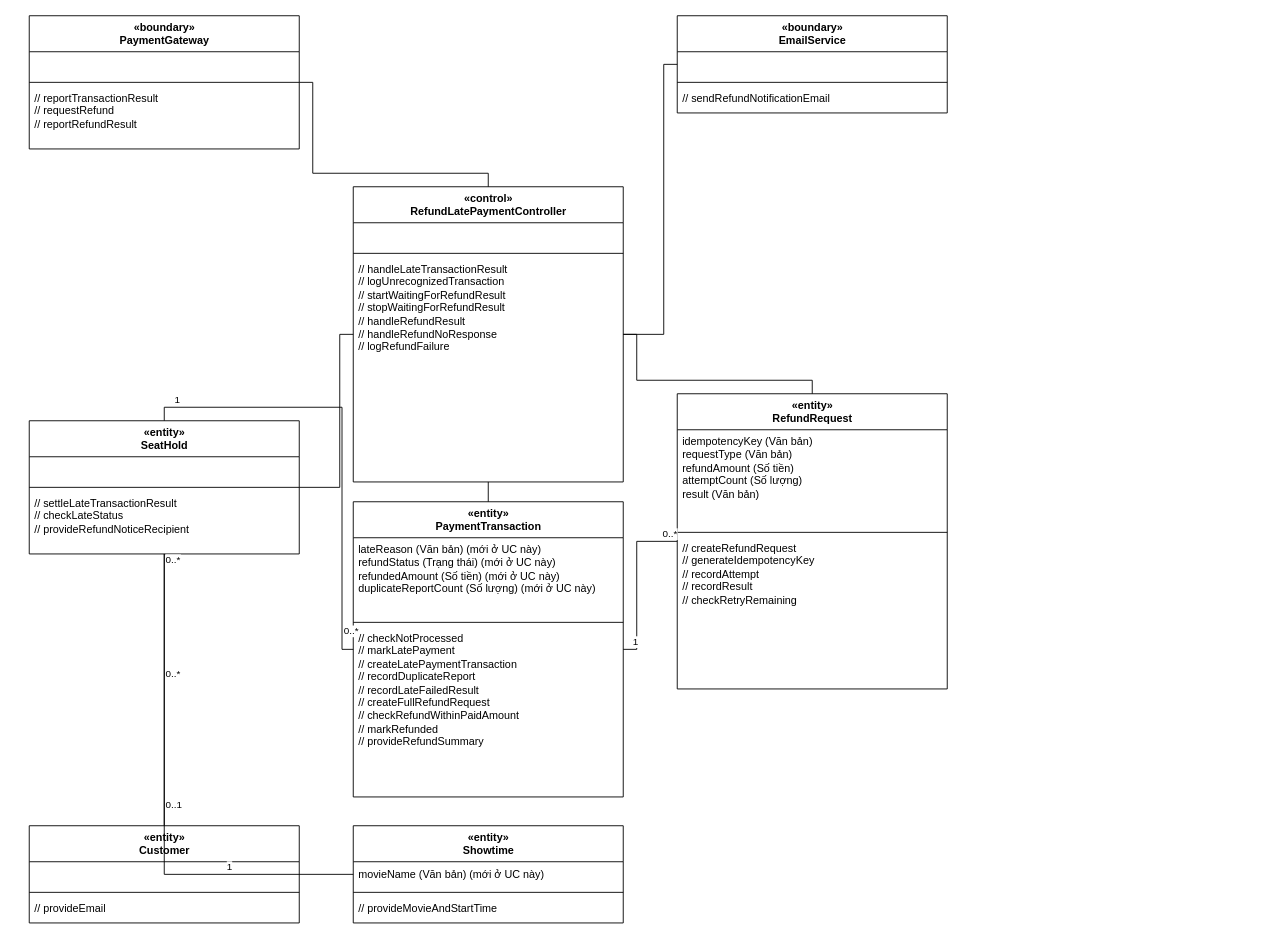
Earlier version of the draw.io diagram design/diagrams/P07-class-UC-006.drawio (luytbq/app-dat-ve-xem-phim). Source tidied: cells renumbered, new cells numbered last; positions are measured from the earlier drawing's top-left corner, leaving out a move shared by most shapes. Both pictures are drawn from the tidied source at 90%, with x=0, y=0 at pixel (29, 15).
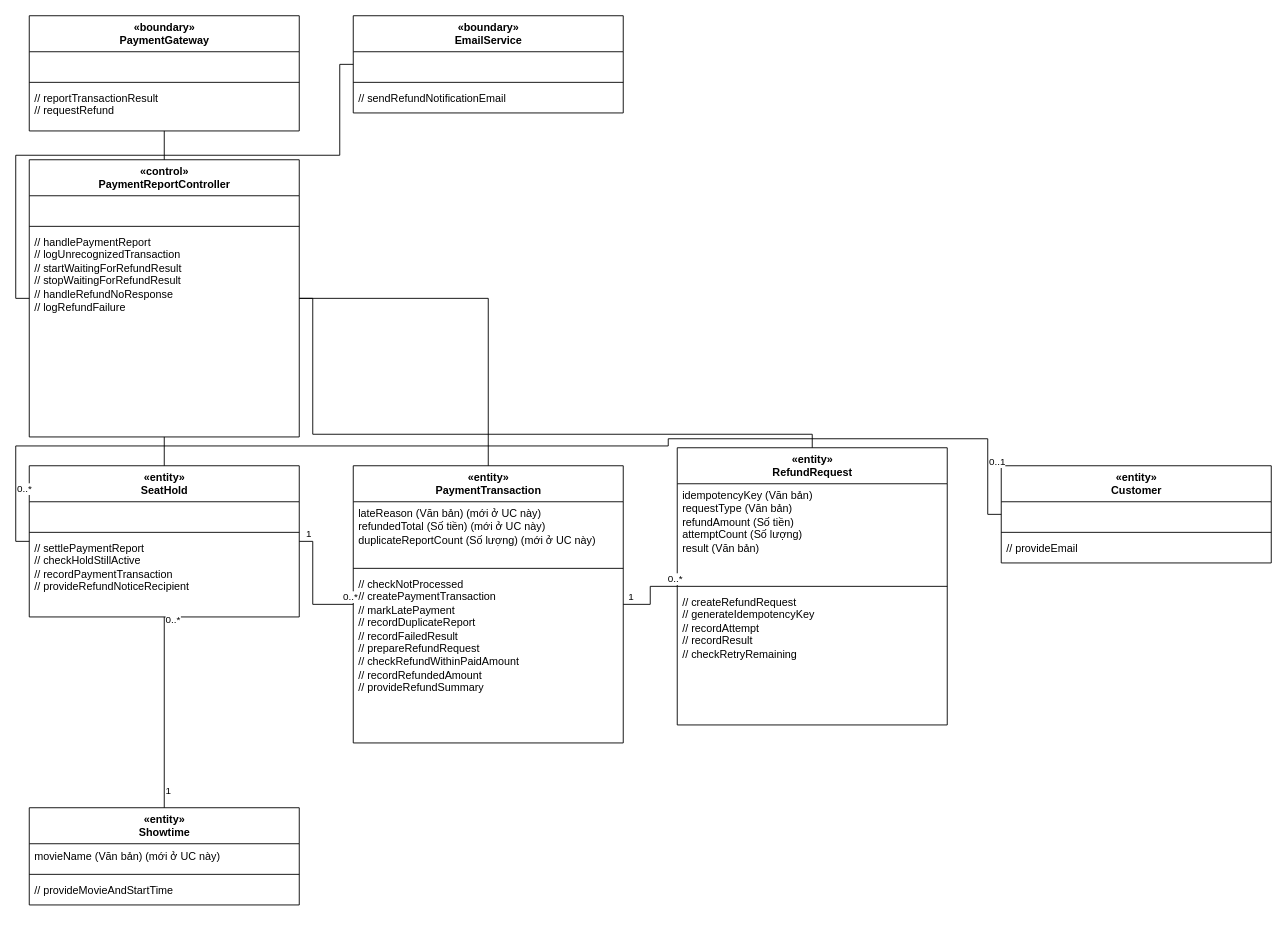
The same page after the edit.

The change refers to these unchanged cells:
```xml
<mxCell id="48" style="edgeStyle=orthogonalEdgeStyle;rounded=0;html=1;endArrow=none;" parent="1" edge="1" source="30" target="14">
  <mxGeometry relative="1" as="geometry" />
</mxCell>
```

What changed in the source:
```diff
@@
     <mxCell id="2" value="«boundary»&lt;br&gt;PaymentGateway" style="swimlane;fontStyle=1;align=center;horizontal=1;startSize=40;html=1;" parent="1" vertex="1">
-      <mxGeometry width="300" height="148" as="geometry" />
+      <mxGeometry width="300" height="128" as="geometry" />
     </mxCell>
@@
-    <mxCell id="5" value="// reportTransactionResult&lt;br&gt;// requestRefund&lt;br&gt;// reportRefundResult" style="text;strokeColor=none;fillColor=none;align=left;verticalAlign=top;spacingLeft=4;html=1;whiteSpace=wrap;" parent="2" vertex="1">
-      <mxGeometry y="78" width="300" height="70" as="geometry" />
+    <mxCell id="5" value="// reportTransactionResult&lt;br&gt;// requestRefund" style="text;strokeColor=none;fillColor=none;align=left;verticalAlign=top;spacingLeft=4;html=1;whiteSpace=wrap;" parent="2" vertex="1">
+      <mxGeometry y="78" width="300" height="50" as="geometry" />
     </mxCell>
     <mxCell id="6" value="«boundary»&lt;br&gt;EmailService" style="swimlane;fontStyle=1;align=center;horizontal=1;startSize=40;html=1;" parent="1" vertex="1">
-      <mxGeometry x="720" width="300" height="108" as="geometry" />
+      <mxGeometry x="360" width="300" height="108" as="geometry" />
     </mxCell>
@@
-    <mxCell id="10" value="«control»&lt;br&gt;RefundLatePaymentController" style="swimlane;fontStyle=1;align=center;horizontal=1;startSize=40;html=1;" parent="1" vertex="1">
-      <mxGeometry x="360" y="190" width="300" height="328" as="geometry" />
-    </mxCell>
+    <mxCell id="51" value="«control»&lt;br&gt;PaymentReportController" style="swimlane;fontStyle=1;align=center;horizontal=1;startSize=40;html=1;" parent="1" vertex="1">
+      <mxGeometry y="160" width="300" height="308" as="geometry" />
+    </mxCell>
-    <mxCell id="11" value=" " style="text;strokeColor=none;fillColor=none;align=left;verticalAlign=top;spacingLeft=4;html=1;whiteSpace=wrap;" parent="10" vertex="1">
+    <mxCell id="11" value=" " style="text;strokeColor=none;fillColor=none;align=left;verticalAlign=top;spacingLeft=4;html=1;whiteSpace=wrap;" parent="51" vertex="1">
       <mxGeometry y="40" width="300" height="30" as="geometry" />
     </mxCell>
-    <mxCell id="12" style="line;strokeWidth=1;fillColor=none;align=left;verticalAlign=middle;spacingTop=-1;spacingLeft=3;spacingRight=3;labelPosition=right;" parent="10" vertex="1">
+    <mxCell id="12" style="line;strokeWidth=1;fillColor=none;align=left;verticalAlign=middle;spacingTop=-1;spacingLeft=3;spacingRight=3;labelPosition=right;" parent="51" vertex="1">
       <mxGeometry y="70" width="300" height="8" as="geometry" />
     </mxCell>
-    <mxCell id="13" value="// handleLateTransactionResult&lt;br&gt;// logUnrecognizedTransaction&lt;br&gt;// startWaitingForRefundResult&lt;br&gt;// stopWaitingForRefundResult&lt;br&gt;// handleRefundResult&lt;br&gt;// handleRefundNoResponse&lt;br&gt;// logRefundFailure" style="text;strokeColor=none;fillColor=none;align=left;verticalAlign=top;spacingLeft=4;html=1;whiteSpace=wrap;" parent="10" vertex="1">
-      <mxGeometry y="78" width="300" height="150" as="geometry" />
-    </mxCell>
+    <mxCell id="52" value="// handlePaymentReport&lt;br&gt;// logUnrecognizedTransaction&lt;br&gt;// startWaitingForRefundResult&lt;br&gt;// stopWaitingForRefundResult&lt;br&gt;// handleRefundNoResponse&lt;br&gt;// logRefundFailure" style="text;strokeColor=none;fillColor=none;align=left;verticalAlign=top;spacingLeft=4;html=1;whiteSpace=wrap;" parent="51" vertex="1">
+      <mxGeometry y="78" width="300" height="130" as="geometry" />
+    </mxCell>
     <mxCell id="14" value="«entity»&lt;br&gt;SeatHold" style="swimlane;fontStyle=1;align=center;horizontal=1;startSize=40;html=1;" parent="1" vertex="1">
-      <mxGeometry y="450" width="300" height="148" as="geometry" />
+      <mxGeometry y="500" width="300" height="168" as="geometry" />
     </mxCell>
@@
-    <mxCell id="17" value="// settleLateTransactionResult&lt;br&gt;// checkLateStatus&lt;br&gt;// provideRefundNoticeRecipient" style="text;strokeColor=none;fillColor=none;align=left;verticalAlign=top;spacingLeft=4;html=1;whiteSpace=wrap;" parent="14" vertex="1">
-      <mxGeometry y="78" width="300" height="70" as="geometry" />
+    <mxCell id="17" value="// settlePaymentReport&lt;br&gt;// checkHoldStillActive&lt;br&gt;// recordPaymentTransaction&lt;br&gt;// provideRefundNoticeRecipient" style="text;strokeColor=none;fillColor=none;align=left;verticalAlign=top;spacingLeft=4;html=1;whiteSpace=wrap;" parent="14" vertex="1">
+      <mxGeometry y="78" width="300" height="90" as="geometry" />
     </mxCell>
     <mxCell id="18" value="«entity»&lt;br&gt;PaymentTransaction" style="swimlane;fontStyle=1;align=center;horizontal=1;startSize=40;html=1;" parent="1" vertex="1">
-      <mxGeometry x="360" y="540" width="300" height="328" as="geometry" />
+      <mxGeometry x="360" y="500" width="300" height="308" as="geometry" />
     </mxCell>
-    <mxCell id="19" value="lateReason (Văn bản) (mới ở UC này)&lt;br&gt;refundStatus (Trạng thái) (mới ở UC này)&lt;br&gt;refundedAmount (Số tiền) (mới ở UC này)&lt;br&gt;duplicateReportCount (Số lượng) (mới ở UC này)" style="text;strokeColor=none;fillColor=none;align=left;verticalAlign=top;spacingLeft=4;html=1;whiteSpace=wrap;" parent="18" vertex="1">
-      <mxGeometry y="40" width="300" height="90" as="geometry" />
+    <mxCell id="19" value="lateReason (Văn bản) (mới ở UC này)&lt;br&gt;refundedTotal (Số tiền) (mới ở UC này)&lt;br&gt;duplicateReportCount (Số lượng) (mới ở UC này)" style="text;strokeColor=none;fillColor=none;align=left;verticalAlign=top;spacingLeft=4;html=1;whiteSpace=wrap;" parent="18" vertex="1">
+      <mxGeometry y="40" width="300" height="70" as="geometry" />
     </mxCell>
     <mxCell id="20" style="line;strokeWidth=1;fillColor=none;align=left;verticalAlign=middle;spacingTop=-1;spacingLeft=3;spacingRight=3;labelPosition=right;" parent="18" vertex="1">
-      <mxGeometry y="130" width="300" height="8" as="geometry" />
+      <mxGeometry y="110" width="300" height="8" as="geometry" />
     </mxCell>
-    <mxCell id="21" value="// checkNotProcessed&lt;br&gt;// markLatePayment&lt;br&gt;// createLatePaymentTransaction&lt;br&gt;// recordDuplicateReport&lt;br&gt;// recordLateFailedResult&lt;br&gt;// createFullRefundRequest&lt;br&gt;// checkRefundWithinPaidAmount&lt;br&gt;// markRefunded&lt;br&gt;// provideRefundSummary" style="text;strokeColor=none;fillColor=none;align=left;verticalAlign=top;spacingLeft=4;html=1;whiteSpace=wrap;" parent="18" vertex="1">
-      <mxGeometry y="138" width="300" height="190" as="geometry" />
+    <mxCell id="21" value="// checkNotProcessed&lt;br&gt;// createPaymentTransaction&lt;br&gt;// markLatePayment&lt;br&gt;// recordDuplicateReport&lt;br&gt;// recordFailedResult&lt;br&gt;// prepareRefundRequest&lt;br&gt;// checkRefundWithinPaidAmount&lt;br&gt;// recordRefundedAmount&lt;br&gt;// provideRefundSummary" style="text;strokeColor=none;fillColor=none;align=left;verticalAlign=top;spacingLeft=4;html=1;whiteSpace=wrap;" parent="18" vertex="1">
+      <mxGeometry y="118" width="300" height="190" as="geometry" />
     </mxCell>
     <mxCell id="22" value="«entity»&lt;br&gt;RefundRequest" style="swimlane;fontStyle=1;align=center;horizontal=1;startSize=40;html=1;" parent="1" vertex="1">
-      <mxGeometry x="720" y="420" width="300" height="328" as="geometry" />
+      <mxGeometry x="720" y="480" width="300" height="308" as="geometry" />
     </mxCell>
@@
     <mxCell id="26" value="«entity»&lt;br&gt;Customer" style="swimlane;fontStyle=1;align=center;horizontal=1;startSize=40;html=1;" parent="1" vertex="1">
-      <mxGeometry y="900" width="300" height="108" as="geometry" />
+      <mxGeometry x="1080" y="500" width="300" height="108" as="geometry" />
     </mxCell>
@@
     <mxCell id="30" value="«entity»&lt;br&gt;Showtime" style="swimlane;fontStyle=1;align=center;horizontal=1;startSize=40;html=1;" parent="1" vertex="1">
-      <mxGeometry x="360" y="900" width="300" height="108" as="geometry" />
+      <mxGeometry y="880" width="300" height="108" as="geometry" />
     </mxCell>
@@
-    <mxCell id="34" style="edgeStyle=orthogonalEdgeStyle;rounded=0;html=1;endArrow=none;exitX=1;exitY=0.5;exitDx=0;exitDy=0;entryX=0.5;entryY=0;entryDx=0;entryDy=0;" parent="1" edge="1" source="2" target="10">
-      <mxGeometry relative="1" as="geometry">
-        <Array as="points">
-          <mxPoint x="315" y="74" />
-          <mxPoint x="315" y="175" />
-          <mxPoint x="510" y="175" />
-        </Array>
-      </mxGeometry>
+    <mxCell id="34" style="edgeStyle=orthogonalEdgeStyle;rounded=0;html=1;endArrow=none;" parent="1" edge="1" source="2" target="51">
+      <mxGeometry relative="1" as="geometry" />
     </mxCell>
-    <mxCell id="35" style="edgeStyle=orthogonalEdgeStyle;rounded=0;html=1;endArrow=none;exitX=0;exitY=0.5;exitDx=0;exitDy=0;entryX=1;entryY=0.5;entryDx=0;entryDy=0;" parent="1" edge="1" source="6" target="10">
+    <mxCell id="35" style="edgeStyle=orthogonalEdgeStyle;rounded=0;html=1;endArrow=none;exitX=0;exitY=0.5;exitDx=0;exitDy=0;entryX=0;entryY=0.5;entryDx=0;entryDy=0;" parent="1" edge="1" source="6" target="51">
       <mxGeometry relative="1" as="geometry">
         <Array as="points">
-          <mxPoint x="705" y="54" />
-          <mxPoint x="705" y="354" />
+          <mxPoint x="345" y="54" />
+          <mxPoint x="345" y="155" />
+          <mxPoint x="-15" y="155" />
+          <mxPoint x="-15" y="314" />
         </Array>
       </mxGeometry>
     </mxCell>
-    <mxCell id="36" style="edgeStyle=orthogonalEdgeStyle;rounded=0;html=1;endArrow=none;exitX=0;exitY=0.5;exitDx=0;exitDy=0;entryX=1;entryY=0.5;entryDx=0;entryDy=0;" parent="1" edge="1" source="10" target="14">
-      <mxGeometry relative="1" as="geometry">
-        <Array as="points">
-          <mxPoint x="345" y="354" />
-          <mxPoint x="345" y="524" />
-        </Array>
-      </mxGeometry>
+    <mxCell id="36" style="edgeStyle=orthogonalEdgeStyle;rounded=0;html=1;endArrow=none;" parent="1" edge="1" source="51" target="14">
+      <mxGeometry relative="1" as="geometry" />
     </mxCell>
-    <mxCell id="37" style="edgeStyle=orthogonalEdgeStyle;rounded=0;html=1;endArrow=none;" parent="1" edge="1" source="10" target="18">
+    <mxCell id="37" style="edgeStyle=orthogonalEdgeStyle;rounded=0;html=1;endArrow=none;" parent="1" edge="1" source="51" target="18">
       <mxGeometry relative="1" as="geometry" />
     </mxCell>
-    <mxCell id="38" style="edgeStyle=orthogonalEdgeStyle;rounded=0;html=1;endArrow=none;exitX=1;exitY=0.5;exitDx=0;exitDy=0;entryX=0.5;entryY=0;entryDx=0;entryDy=0;" parent="1" edge="1" source="10" target="22">
+    <mxCell id="38" style="edgeStyle=orthogonalEdgeStyle;rounded=0;html=1;endArrow=none;exitX=1;exitY=0.5;exitDx=0;exitDy=0;entryX=0.5;entryY=0;entryDx=0;entryDy=0;" parent="1" edge="1" source="51" target="22">
       <mxGeometry relative="1" as="geometry">
         <Array as="points">
-          <mxPoint x="675" y="354" />
-          <mxPoint x="675" y="405" />
-          <mxPoint x="870" y="405" />
+          <mxPoint x="315" y="314" />
+          <mxPoint x="315" y="465" />
+          <mxPoint x="870" y="465" />
         </Array>
       </mxGeometry>
     </mxCell>
-    <mxCell id="39" style="edgeStyle=orthogonalEdgeStyle;rounded=0;html=1;endArrow=none;exitX=0.5;exitY=0;exitDx=0;exitDy=0;entryX=0;entryY=0.5;entryDx=0;entryDy=0;" parent="1" edge="1" source="14" target="18">
+    <mxCell id="39" style="edgeStyle=orthogonalEdgeStyle;rounded=0;html=1;endArrow=none;exitX=1;exitY=0.5;exitDx=0;exitDy=0;entryX=0;entryY=0.5;entryDx=0;entryDy=0;" parent="1" edge="1" source="14" target="18">
       <mxGeometry relative="1" as="geometry">
         <Array as="points">
-          <mxPoint x="150" y="435" />
-          <mxPoint x="347.5" y="435" />
-          <mxPoint x="347.5" y="704" />
+          <mxPoint x="315" y="584" />
+          <mxPoint x="315" y="654" />
         </Array>
       </mxGeometry>
     </mxCell>
@@
     <mxCell id="41" value="0..*" style="edgeLabel;html=1;align=left;verticalAlign=bottom;" parent="39" vertex="1">
-      <mxGeometry x="0.9" relative="1" as="geometry" />
+      <mxGeometry x="0.8" relative="1" as="geometry" />
     </mxCell>
-    <mxCell id="42" style="edgeStyle=orthogonalEdgeStyle;rounded=0;html=1;endArrow=none;exitX=1;exitY=0.5;exitDx=0;exitDy=0;entryX=0;entryY=0.5;entryDx=0;entryDy=0;" parent="1" edge="1" source="18" target="22">
-      <mxGeometry relative="1" as="geometry">
-        <Array as="points">
-          <mxPoint x="675" y="704" />
-          <mxPoint x="675" y="584" />
-        </Array>
-      </mxGeometry>
+    <mxCell id="42" style="edgeStyle=orthogonalEdgeStyle;rounded=0;html=1;endArrow=none;" parent="1" edge="1" source="18" target="22">
+      <mxGeometry relative="1" as="geometry" />
     </mxCell>
@@
     <mxCell id="44" value="0..*" style="edgeLabel;html=1;align=left;verticalAlign=bottom;" parent="42" vertex="1">
-      <mxGeometry x="0.8" relative="1" as="geometry" />
+      <mxGeometry x="0.7" relative="1" as="geometry" />
     </mxCell>
-    <mxCell id="45" style="edgeStyle=orthogonalEdgeStyle;rounded=0;html=1;endArrow=none;" parent="1" edge="1" source="14" target="26">
-      <mxGeometry relative="1" as="geometry" />
+    <mxCell id="45" style="edgeStyle=orthogonalEdgeStyle;rounded=0;html=1;endArrow=none;exitX=0;exitY=0.5;exitDx=0;exitDy=0;entryX=0;entryY=0.5;entryDx=0;entryDy=0;" parent="1" edge="1" source="14" target="26">
+      <mxGeometry relative="1" as="geometry">
+        <Array as="points">
+          <mxPoint x="-15" y="584" />
+          <mxPoint x="-15" y="478" />
+          <mxPoint x="710" y="478" />
+          <mxPoint x="710" y="470" />
+          <mxPoint x="1065" y="470" />
+          <mxPoint x="1065" y="554" />
+        </Array>
+      </mxGeometry>
     </mxCell>
@@
     <mxCell id="49" value="1" style="edgeLabel;html=1;align=left;verticalAlign=bottom;" parent="48" vertex="1">
-      <mxGeometry x="-0.5" relative="1" as="geometry" />
+      <mxGeometry x="-0.9" relative="1" as="geometry" />
     </mxCell>
     <mxCell id="50" value="0..*" style="edgeLabel;html=1;align=left;verticalAlign=bottom;" parent="48" vertex="1">
-      <mxGeometry x="0.5" relative="1" as="geometry" />
+      <mxGeometry x="0.9" relative="1" as="geometry" />
     </mxCell>
```
